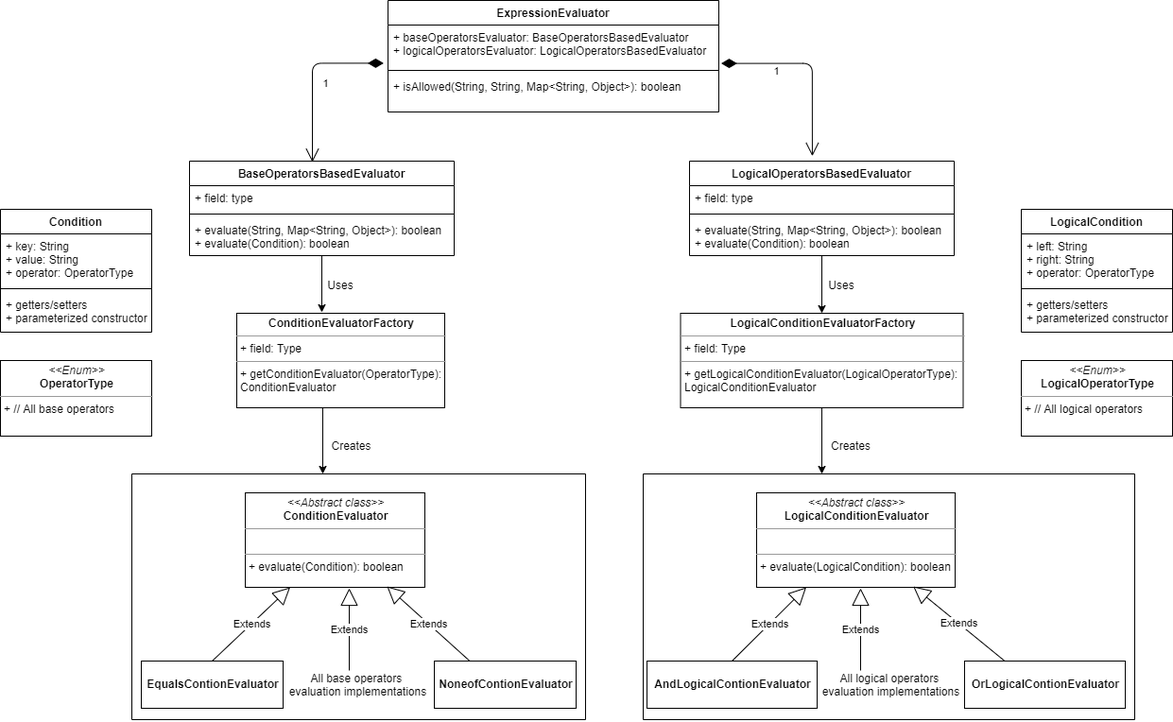
Earlier version of the draw.io export ClassDiagram.png (RavitejaRTR/FeatureGatingModule). Source tidied: cells renumbered, new cells last; positions are measured from the earlier drawing's top-left corner, leaving out a move shared by most shapes.
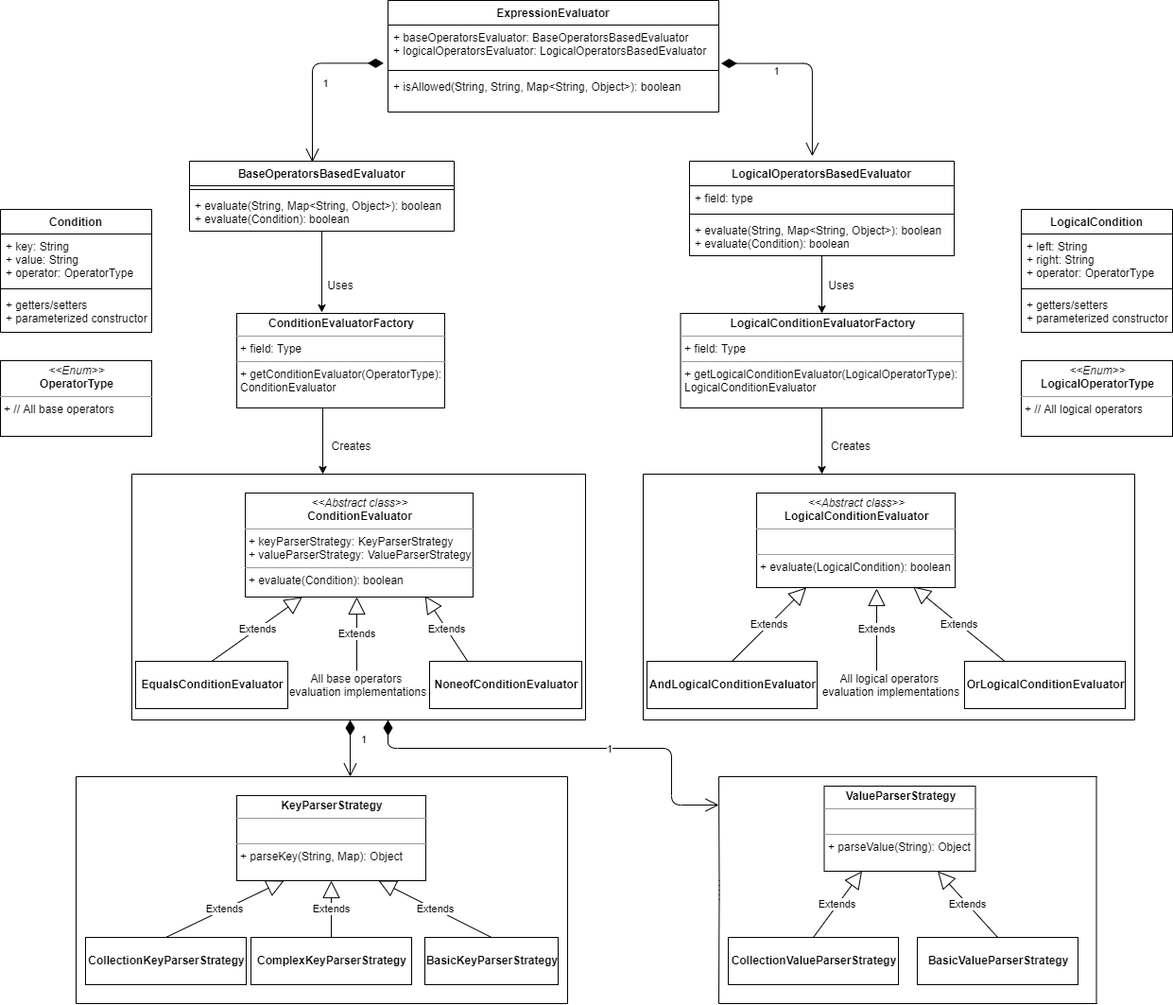
Above is the later version.

Diff of the diagram source:
```diff
@@ -20,16 +20,13 @@
       </mxGeometry>
     </mxCell>
     <mxCell id="7" value="BaseOperatorsBasedEvaluator" style="swimlane;fontStyle=1;align=center;verticalAlign=top;horizontal=1;startSize=26;" parent="1" vertex="1">
-      <mxGeometry x="200" y="170" width="280" height="100" as="geometry" />
+      <mxGeometry x="200" y="170" width="280" height="74" as="geometry" />
     </mxCell>
-    <mxCell id="8" value="+ field: type" style="text;strokeColor=none;fillColor=none;align=left;verticalAlign=top;spacingLeft=4;spacingRight=4;overflow=hidden;" parent="7" vertex="1">
-      <mxGeometry y="26" width="280" height="26" as="geometry" />
-    </mxCell>
     <mxCell id="9" style="line;strokeWidth=1;fillColor=none;align=left;verticalAlign=middle;spacingTop=-1;spacingLeft=3;spacingRight=3;labelPosition=right;" parent="7" vertex="1">
-      <mxGeometry y="52" width="280" height="8" as="geometry" />
+      <mxGeometry y="26" width="280" height="8" as="geometry" />
     </mxCell>
     <mxCell id="10" value="+ evaluate(String, Map&lt;String, Object&gt;): boolean&#10;+ evaluate(Condition): boolean" style="text;strokeColor=none;fillColor=none;align=left;verticalAlign=top;spacingLeft=4;spacingRight=4;overflow=hidden;" parent="7" vertex="1">
-      <mxGeometry y="60" width="280" height="40" as="geometry" />
+      <mxGeometry y="34" width="280" height="40" as="geometry" />
     </mxCell>
     <mxCell id="11" style="edgeStyle=orthogonalEdgeStyle;rounded=0;jettySize=auto;html=1;entryX=0.5;entryY=0;entryDx=0;entryDy=0;" parent="1" edge="1" source="12" target="46">
       <mxGeometry relative="1" as="geometry" />
@@ -67,8 +64,8 @@
     <mxCell id="20" value="&lt;p style=&quot;margin: 0px ; margin-top: 4px ; text-align: center&quot;&gt;&lt;i&gt;&amp;lt;&amp;lt;Enum&amp;gt;&amp;gt;&lt;/i&gt;&lt;br&gt;&lt;b&gt;OperatorType&lt;/b&gt;&lt;/p&gt;&lt;hr size=&quot;1&quot;&gt;&lt;p style=&quot;margin: 0px ; margin-left: 4px&quot;&gt;+ // All base operators&lt;/p&gt;" style="verticalAlign=top;align=left;overflow=fill;fontSize=12;fontFamily=Helvetica;html=1;" parent="1" vertex="1">
       <mxGeometry y="381" width="160" height="80" as="geometry" />
     </mxCell>
-    <mxCell id="21" value="&lt;p style=&quot;margin: 0px ; margin-top: 4px ; text-align: center&quot;&gt;&lt;i&gt;&amp;lt;&amp;lt;Abstract class&amp;gt;&amp;gt;&lt;/i&gt;&lt;br&gt;&lt;b&gt;ConditionEvaluator&lt;/b&gt;&lt;/p&gt;&lt;hr size=&quot;1&quot;&gt;&lt;p style=&quot;margin: 0px ; margin-left: 4px&quot;&gt;&lt;br&gt;&lt;/p&gt;&lt;hr size=&quot;1&quot;&gt;&lt;p style=&quot;margin: 0px ; margin-left: 4px&quot;&gt;+ evaluate(Condition): boolean&lt;/p&gt;" style="verticalAlign=top;align=left;overflow=fill;fontSize=12;fontFamily=Helvetica;html=1;" parent="1" vertex="1">
-      <mxGeometry x="259" y="521" width="190" height="100" as="geometry" />
+    <mxCell id="21" value="&lt;p style=&quot;margin: 0px ; margin-top: 4px ; text-align: center&quot;&gt;&lt;i&gt;&amp;lt;&amp;lt;Abstract class&amp;gt;&amp;gt;&lt;/i&gt;&lt;br&gt;&lt;b&gt;ConditionEvaluator&lt;/b&gt;&lt;/p&gt;&lt;hr size=&quot;1&quot;&gt;&lt;p style=&quot;margin: 0px ; margin-left: 4px&quot;&gt;+ keyParserStrategy: KeyParserStrategy&lt;br style=&quot;padding: 0px ; margin: 0px&quot;&gt;+ valueParserStrategy: ValueParserStrategy&lt;br&gt;&lt;/p&gt;&lt;hr size=&quot;1&quot;&gt;&lt;p style=&quot;margin: 0px ; margin-left: 4px&quot;&gt;+ evaluate(Condition): boolean&lt;/p&gt;" style="verticalAlign=top;align=left;overflow=fill;fontSize=12;fontFamily=Helvetica;html=1;" parent="1" vertex="1">
+      <mxGeometry x="259" y="521" width="241" height="110" as="geometry" />
     </mxCell>
     <mxCell id="22" value="All base operators&amp;nbsp;&lt;br&gt;evaluation implementations" style="text;html=1;align=center;verticalAlign=middle;" parent="1" vertex="1">
       <mxGeometry x="298" y="709" width="160" height="30" as="geometry" />
@@ -78,15 +75,15 @@
     </mxCell>
     <mxCell id="24" value="Extends" style="endArrow=block;endSize=16;endFill=0;html=1;" parent="1" edge="1">
       <mxGeometry relative="1" as="geometry">
-        <mxPoint x="369" y="709" as="sourcePoint" />
-        <mxPoint x="369" y="622" as="targetPoint" />
+        <mxPoint x="377" y="709" as="sourcePoint" />
+        <mxPoint x="377" y="631" as="targetPoint" />
       </mxGeometry>
     </mxCell>
-    <mxCell id="25" value="&lt;p style=&quot;margin: 0px ; margin-top: 4px ; text-align: center&quot;&gt;&lt;br&gt;&lt;b&gt;EqualsContionEvaluator&lt;/b&gt;&lt;/p&gt;" style="verticalAlign=top;align=left;overflow=fill;fontSize=12;fontFamily=Helvetica;html=1;" parent="1" vertex="1">
-      <mxGeometry x="149" y="699" width="150" height="50" as="geometry" />
+    <mxCell id="25" value="&lt;p style=&quot;margin: 0px ; margin-top: 4px ; text-align: center&quot;&gt;&lt;br&gt;&lt;b&gt;EqualsConditionEvaluator&lt;/b&gt;&lt;/p&gt;" style="verticalAlign=top;align=left;overflow=fill;fontSize=12;fontFamily=Helvetica;html=1;" parent="1" vertex="1">
+      <mxGeometry x="143" y="699" width="161" height="50" as="geometry" />
     </mxCell>
-    <mxCell id="26" value="&lt;p style=&quot;margin: 0px ; margin-top: 4px ; text-align: center&quot;&gt;&lt;br&gt;&lt;b&gt;NoneofContionEvaluator&lt;/b&gt;&lt;/p&gt;" style="verticalAlign=top;align=left;overflow=fill;fontSize=12;fontFamily=Helvetica;html=1;" parent="1" vertex="1">
-      <mxGeometry x="459" y="699" width="150" height="50" as="geometry" />
+    <mxCell id="26" value="&lt;p style=&quot;margin: 0px ; margin-top: 4px ; text-align: center&quot;&gt;&lt;br&gt;&lt;b&gt;NoneofConditionEvaluator&lt;/b&gt;&lt;/p&gt;" style="verticalAlign=top;align=left;overflow=fill;fontSize=12;fontFamily=Helvetica;html=1;" parent="1" vertex="1">
+      <mxGeometry x="454" y="699" width="161" height="50" as="geometry" />
     </mxCell>
     <mxCell id="27" value="Extends" style="endArrow=block;endSize=16;endFill=0;html=1;entryX=0.25;entryY=1;entryDx=0;entryDy=0;exitX=0.5;exitY=0;exitDx=0;exitDy=0;" parent="1" edge="1" source="25" target="21">
       <mxGeometry relative="1" as="geometry" />
@@ -179,14 +176,14 @@
     </mxCell>
     <mxCell id="51" value="Extends" style="endArrow=block;endSize=16;endFill=0;html=1;" parent="1" edge="1">
       <mxGeometry relative="1" as="geometry">
-        <mxPoint x="910" y="709" as="sourcePoint" />
-        <mxPoint x="910" y="622" as="targetPoint" />
+        <mxPoint x="927" y="709" as="sourcePoint" />
+        <mxPoint x="927" y="622" as="targetPoint" />
       </mxGeometry>
     </mxCell>
-    <mxCell id="52" value="&lt;p style=&quot;margin: 0px ; margin-top: 4px ; text-align: center&quot;&gt;&lt;br&gt;&lt;b&gt;AndLogicalContionEvaluator&lt;/b&gt;&lt;/p&gt;" style="verticalAlign=top;align=left;overflow=fill;fontSize=12;fontFamily=Helvetica;html=1;" parent="1" vertex="1">
+    <mxCell id="52" value="&lt;p style=&quot;margin: 0px ; margin-top: 4px ; text-align: center&quot;&gt;&lt;br&gt;&lt;b&gt;AndLogicalConditionEvaluator&lt;/b&gt;&lt;/p&gt;" style="verticalAlign=top;align=left;overflow=fill;fontSize=12;fontFamily=Helvetica;html=1;" parent="1" vertex="1">
       <mxGeometry x="684" y="699" width="180" height="50" as="geometry" />
     </mxCell>
-    <mxCell id="53" value="&lt;p style=&quot;margin: 0px ; margin-top: 4px ; text-align: center&quot;&gt;&lt;br&gt;&lt;b&gt;OrLogicalContionEvaluator&lt;/b&gt;&lt;/p&gt;" style="verticalAlign=top;align=left;overflow=fill;fontSize=12;fontFamily=Helvetica;html=1;" parent="1" vertex="1">
+    <mxCell id="53" value="&lt;p style=&quot;margin: 0px ; margin-top: 4px ; text-align: center&quot;&gt;&lt;br&gt;&lt;b&gt;OrLogicalConditionEvaluator&lt;/b&gt;&lt;/p&gt;" style="verticalAlign=top;align=left;overflow=fill;fontSize=12;fontFamily=Helvetica;html=1;" parent="1" vertex="1">
       <mxGeometry x="1020" y="699" width="170" height="50" as="geometry" />
     </mxCell>
     <mxCell id="54" value="Extends" style="endArrow=block;endSize=16;endFill=0;html=1;entryX=0.25;entryY=1;entryDx=0;entryDy=0;exitX=0.5;exitY=0;exitDx=0;exitDy=0;" parent="1" edge="1" source="52" target="48">
@@ -219,5 +216,109 @@
     <mxCell id="59" value="Creates" style="text;html=1;strokeColor=none;fillColor=none;align=center;verticalAlign=middle;whiteSpace=wrap;rounded=0;" parent="1" vertex="1">
       <mxGeometry x="880" y="461" width="40" height="20" as="geometry" />
     </mxCell>
+    <mxCell id="60" value="&lt;p style=&quot;margin: 0px ; margin-top: 4px ; text-align: center&quot;&gt;&lt;b&gt;KeyParserStrategy&lt;/b&gt;&lt;/p&gt;&lt;hr size=&quot;1&quot;&gt;&lt;p style=&quot;margin: 0px ; margin-left: 4px&quot;&gt;&lt;br&gt;&lt;/p&gt;&lt;hr size=&quot;1&quot;&gt;&lt;p style=&quot;margin: 0px ; margin-left: 4px&quot;&gt;+ parseKey(String, Map): Object&lt;/p&gt;" style="verticalAlign=top;align=left;overflow=fill;fontSize=12;fontFamily=Helvetica;html=1;" parent="1" vertex="1">
+      <mxGeometry x="250" y="841" width="200" height="90" as="geometry" />
+    </mxCell>
+    <mxCell id="61" value="&lt;p style=&quot;margin: 0px ; margin-top: 4px ; text-align: center&quot;&gt;&lt;br&gt;&lt;b&gt;CollectionKeyParserStrategy&lt;/b&gt;&lt;/p&gt;" style="verticalAlign=top;align=left;overflow=fill;fontSize=12;fontFamily=Helvetica;html=1;" parent="1" vertex="1">
+      <mxGeometry x="90" y="991" width="170" height="50" as="geometry" />
+    </mxCell>
+    <mxCell id="62" value="Extends" style="endArrow=block;endSize=16;endFill=0;html=1;entryX=0.25;entryY=1;entryDx=0;entryDy=0;exitX=0.5;exitY=0;exitDx=0;exitDy=0;" parent="1" edge="1" source="61" target="60">
+      <mxGeometry relative="1" as="geometry" />
+    </mxCell>
+    <mxCell id="63" style="endArrow=none;html=1;" parent="1" edge="1">
+      <mxGeometry relative="1" as="geometry">
+        <mxPoint x="80" y="821" as="sourcePoint" />
+        <mxPoint x="600" y="821" as="targetPoint" />
+      </mxGeometry>
+    </mxCell>
+    <mxCell id="64" style="endArrow=none;html=1;" parent="1" edge="1">
+      <mxGeometry relative="1" as="geometry">
+        <mxPoint x="80" y="1061" as="sourcePoint" />
+        <mxPoint x="600" y="1061" as="targetPoint" />
+      </mxGeometry>
+    </mxCell>
+    <mxCell id="65" style="endArrow=none;html=1;" parent="1" edge="1">
+      <mxGeometry relative="1" as="geometry">
+        <mxPoint x="80" y="1061" as="sourcePoint" />
+        <mxPoint x="80" y="821" as="targetPoint" />
+      </mxGeometry>
+    </mxCell>
+    <mxCell id="66" style="endArrow=none;html=1;" parent="1" edge="1">
+      <mxGeometry relative="1" as="geometry">
+        <mxPoint x="600" y="1061" as="sourcePoint" />
+        <mxPoint x="600" y="821" as="targetPoint" />
+      </mxGeometry>
+    </mxCell>
+    <mxCell id="67" value="&lt;p style=&quot;margin: 0px ; margin-top: 4px ; text-align: center&quot;&gt;&lt;br&gt;&lt;b&gt;ComplexKeyParserStrategy&lt;/b&gt;&lt;/p&gt;" style="verticalAlign=top;align=left;overflow=fill;fontSize=12;fontFamily=Helvetica;html=1;" parent="1" vertex="1">
+      <mxGeometry x="265" y="991" width="170" height="50" as="geometry" />
+    </mxCell>
+    <mxCell id="68" value="&lt;p style=&quot;margin: 0px ; margin-top: 4px ; text-align: center&quot;&gt;&lt;br&gt;&lt;b&gt;BasicKeyParserStrategy&lt;/b&gt;&lt;/p&gt;" style="verticalAlign=top;align=left;overflow=fill;fontSize=12;fontFamily=Helvetica;html=1;" parent="1" vertex="1">
+      <mxGeometry x="449" y="991" width="141" height="50" as="geometry" />
+    </mxCell>
+    <mxCell id="69" value="Extends" style="endArrow=block;endSize=16;endFill=0;html=1;exitX=0.5;exitY=0;exitDx=0;exitDy=0;entryX=0.5;entryY=1;entryDx=0;entryDy=0;" parent="1" edge="1" source="67" target="60">
+      <mxGeometry relative="1" as="geometry" />
+    </mxCell>
+    <mxCell id="70" value="Extends" style="endArrow=block;endSize=16;endFill=0;html=1;entryX=0.75;entryY=1;entryDx=0;entryDy=0;exitX=0.5;exitY=0;exitDx=0;exitDy=0;" parent="1" edge="1" source="68" target="60">
+      <mxGeometry relative="1" as="geometry" />
+    </mxCell>
+    <mxCell id="71" value="&lt;p style=&quot;margin: 0px ; margin-top: 4px ; text-align: center&quot;&gt;&lt;b&gt;ValueParserStrategy&lt;/b&gt;&lt;/p&gt;&lt;hr size=&quot;1&quot;&gt;&lt;p style=&quot;margin: 0px ; margin-left: 4px&quot;&gt;&lt;br&gt;&lt;/p&gt;&lt;hr size=&quot;1&quot;&gt;&lt;p style=&quot;margin: 0px ; margin-left: 4px&quot;&gt;+ parseValue(String): Object&lt;/p&gt;" style="verticalAlign=top;align=left;overflow=fill;fontSize=12;fontFamily=Helvetica;html=1;" parent="1" vertex="1">
+      <mxGeometry x="871.5" y="831" width="160" height="90" as="geometry" />
+    </mxCell>
+    <mxCell id="72" value="&lt;p style=&quot;margin: 0px ; margin-top: 4px ; text-align: center&quot;&gt;&lt;br&gt;&lt;b&gt;CollectionValueParserStrategy&lt;/b&gt;&lt;/p&gt;" style="verticalAlign=top;align=left;overflow=fill;fontSize=12;fontFamily=Helvetica;html=1;" parent="1" vertex="1">
+      <mxGeometry x="770" y="991" width="180" height="50" as="geometry" />
+    </mxCell>
+    <mxCell id="73" value="Extends" style="endArrow=block;endSize=16;endFill=0;html=1;entryX=0.25;entryY=1;entryDx=0;entryDy=0;exitX=0.5;exitY=0;exitDx=0;exitDy=0;" parent="1" edge="1" source="72" target="71">
+      <mxGeometry relative="1" as="geometry" />
+    </mxCell>
+    <mxCell id="74" style="endArrow=none;html=1;" parent="1" edge="1">
+      <mxGeometry relative="1" as="geometry">
+        <mxPoint x="760" y="821" as="sourcePoint" />
+        <mxPoint x="1160" y="821" as="targetPoint" />
+      </mxGeometry>
+    </mxCell>
+    <mxCell id="75" style="endArrow=none;html=1;" parent="1" edge="1">
+      <mxGeometry relative="1" as="geometry">
+        <mxPoint x="760" y="1061" as="sourcePoint" />
+        <mxPoint x="1160" y="1061" as="targetPoint" />
+      </mxGeometry>
+    </mxCell>
+    <mxCell id="76" style="endArrow=none;html=1;" parent="1" edge="1">
+      <mxGeometry relative="1" as="geometry">
+        <mxPoint x="760" y="1061" as="sourcePoint" />
+        <mxPoint x="760" y="821" as="targetPoint" />
+        <Array as="points">
+          <mxPoint x="760.5" y="941" />
+        </Array>
+      </mxGeometry>
+    </mxCell>
+    <mxCell id="77" style="endArrow=none;html=1;" parent="1" edge="1">
+      <mxGeometry relative="1" as="geometry">
+        <mxPoint x="1159.5" y="1061" as="sourcePoint" />
+        <mxPoint x="1159.5" y="821" as="targetPoint" />
+      </mxGeometry>
+    </mxCell>
+    <mxCell id="78" value="&lt;p style=&quot;margin: 0px ; margin-top: 4px ; text-align: center&quot;&gt;&lt;br&gt;&lt;b&gt;BasicValueParserStrategy&lt;/b&gt;&lt;/p&gt;" style="verticalAlign=top;align=left;overflow=fill;fontSize=12;fontFamily=Helvetica;html=1;" parent="1" vertex="1">
+      <mxGeometry x="970" y="991" width="170" height="50" as="geometry" />
+    </mxCell>
+    <mxCell id="79" value="Extends" style="endArrow=block;endSize=16;endFill=0;html=1;entryX=0.75;entryY=1;entryDx=0;entryDy=0;exitX=0.5;exitY=0;exitDx=0;exitDy=0;" parent="1" edge="1" source="78" target="71">
+      <mxGeometry relative="1" as="geometry" />
+    </mxCell>
+    <mxCell id="80" value="1" style="endArrow=open;html=1;endSize=12;startArrow=diamondThin;startSize=14;startFill=1;edgeStyle=orthogonalEdgeStyle;align=left;verticalAlign=bottom;" parent="1" edge="1">
+      <mxGeometry y="10" relative="1" as="geometry">
+        <mxPoint x="370" y="761" as="sourcePoint" />
+        <mxPoint x="370" y="821" as="targetPoint" />
+      </mxGeometry>
+    </mxCell>
+    <mxCell id="81" value="1" style="endArrow=open;html=1;endSize=12;startArrow=diamondThin;startSize=14;startFill=1;edgeStyle=orthogonalEdgeStyle;align=left;verticalAlign=bottom;" parent="1" edge="1">
+      <mxGeometry x="0.18" y="-10" relative="1" as="geometry">
+        <mxPoint x="410" y="761" as="sourcePoint" />
+        <mxPoint x="760" y="851" as="targetPoint" />
+        <Array as="points">
+          <mxPoint x="410" y="791" />
+          <mxPoint x="710" y="791" />
+          <mxPoint x="710" y="851" />
+        </Array>
+      </mxGeometry>
+    </mxCell>
   </root>
 </mxGraphModel>
```
